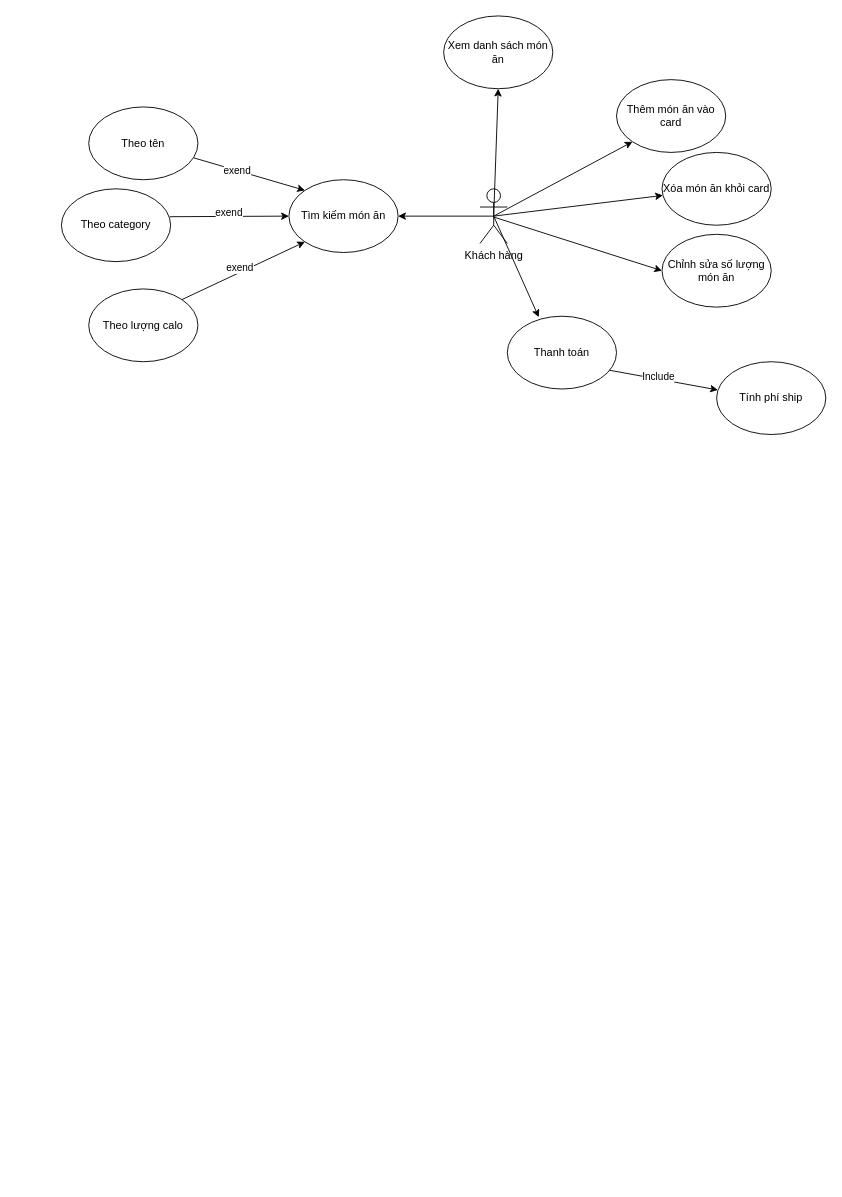
Above: Untitled Diagram.drawio in quyenthucdoan/Framwork (draw.io), before the change. Source tidied: cells renumbered, new cells numbered last; positions are measured from the earlier drawing's top-left corner, leaving out a move shared by most shapes. Both pictures are drawn from the tidied source at 91%, with x=0, y=0 at pixel (61, 15).
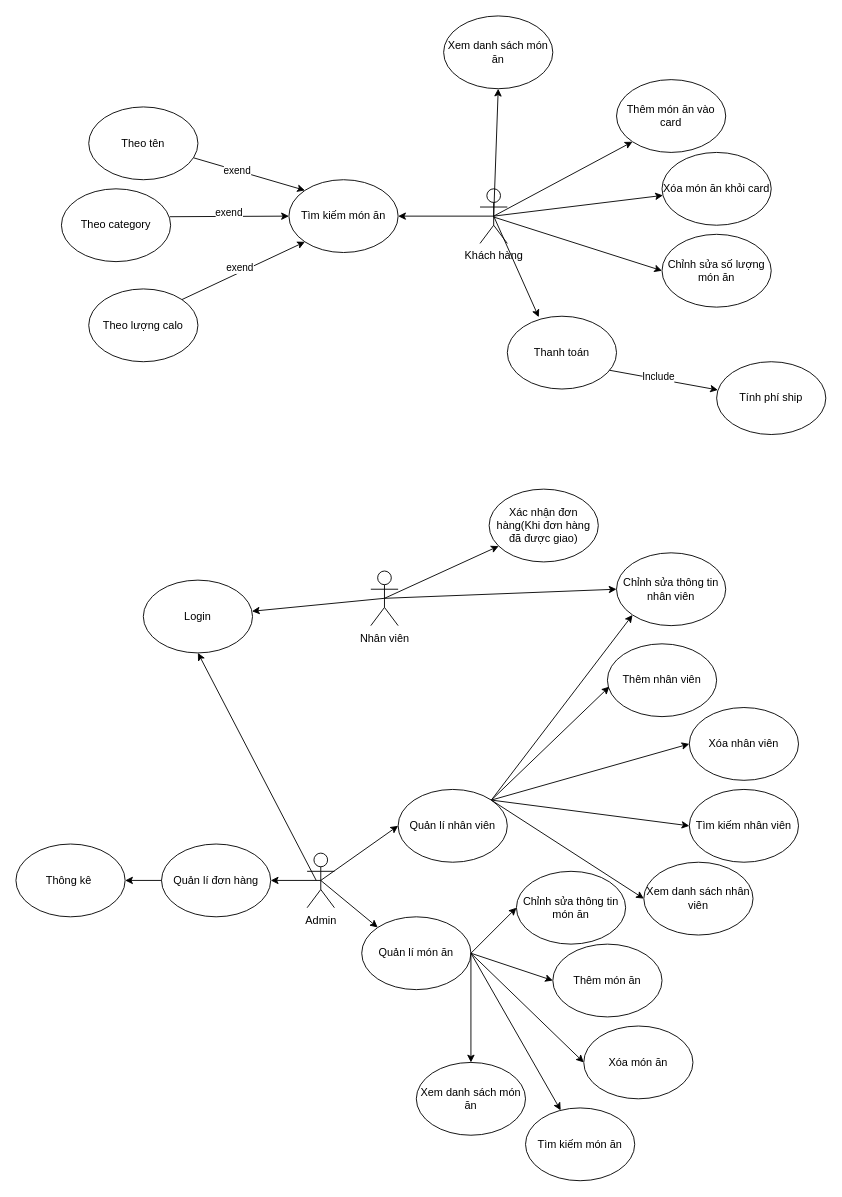
After the change.

What changed in the source:
```diff
@@
+    <mxCell id="27" value="Nhân viên" style="shape=umlActor;verticalLabelPosition=bottom;verticalAlign=top;html=1;outlineConnect=0;" parent="1" vertex="1">
+      <mxGeometry x="340" y="610" width="30" height="60" as="geometry" />
+    </mxCell>
+    <mxCell id="28" value="Login" style="ellipse;whiteSpace=wrap;html=1;" parent="1" vertex="1">
+      <mxGeometry x="90" y="620" width="120" height="80" as="geometry" />
+    </mxCell>
+    <mxCell id="29" value="Xác nhận đơn hàng(Khi đơn hàng đã được giao)" style="ellipse;whiteSpace=wrap;html=1;" parent="1" vertex="1">
+      <mxGeometry x="470" y="520" width="120" height="80" as="geometry" />
+    </mxCell>
+    <mxCell id="30" value="Admin" style="shape=umlActor;verticalLabelPosition=bottom;verticalAlign=top;html=1;outlineConnect=0;" parent="1" vertex="1">
+      <mxGeometry x="270" y="920" width="30" height="60" as="geometry" />
+    </mxCell>
+    <mxCell id="31" value="Thêm nhân viên" style="ellipse;whiteSpace=wrap;html=1;" parent="1" vertex="1">
+      <mxGeometry x="600" y="690" width="120" height="80" as="geometry" />
+    </mxCell>
+    <mxCell id="32" value="Chỉnh sửa thông tin nhân viên" style="ellipse;whiteSpace=wrap;html=1;" parent="1" vertex="1">
+      <mxGeometry x="610" y="590" width="120" height="80" as="geometry" />
+    </mxCell>
+    <mxCell id="33" value="Xóa nhân viên" style="ellipse;whiteSpace=wrap;html=1;" parent="1" vertex="1">
+      <mxGeometry x="690" y="760" width="120" height="80" as="geometry" />
+    </mxCell>
+    <mxCell id="34" value="Tìm kiếm nhân viên" style="ellipse;whiteSpace=wrap;html=1;" parent="1" vertex="1">
+      <mxGeometry x="690" y="850" width="120" height="80" as="geometry" />
+    </mxCell>
+    <mxCell id="35" style="endArrow=classic;html=1;exitX=0.5;exitY=0.5;exitDx=0;exitDy=0;exitPerimeter=0;" parent="1" edge="1" source="27" target="28">
+      <mxGeometry relative="1" as="geometry" />
+    </mxCell>
+    <mxCell id="36" style="endArrow=classic;html=1;exitX=0.5;exitY=0.5;exitDx=0;exitDy=0;exitPerimeter=0;" parent="1" edge="1" source="27" target="29">
+      <mxGeometry relative="1" as="geometry" />
+    </mxCell>
+    <mxCell id="37" style="endArrow=classic;html=1;exitX=0.5;exitY=0.5;exitDx=0;exitDy=0;exitPerimeter=0;entryX=0;entryY=0.5;entryDx=0;entryDy=0;" parent="1" edge="1" source="27" target="32">
+      <mxGeometry relative="1" as="geometry" />
+    </mxCell>
+    <mxCell id="38" style="endArrow=classic;html=1;exitX=1;exitY=0;exitDx=0;exitDy=0;entryX=0;entryY=1;entryDx=0;entryDy=0;" parent="1" edge="1" source="41" target="32">
+      <mxGeometry relative="1" as="geometry" />
+    </mxCell>
+    <mxCell id="39" style="endArrow=classic;html=1;entryX=0.018;entryY=0.588;entryDx=0;entryDy=0;entryPerimeter=0;exitX=1;exitY=0;exitDx=0;exitDy=0;" parent="1" edge="1" source="41" target="31">
+      <mxGeometry relative="1" as="geometry" />
+    </mxCell>
+    <mxCell id="40" style="endArrow=classic;html=1;exitX=1;exitY=0;exitDx=0;exitDy=0;entryX=0;entryY=0.5;entryDx=0;entryDy=0;" parent="1" edge="1" source="41" target="33">
+      <mxGeometry relative="1" as="geometry" />
+    </mxCell>
+    <mxCell id="41" value="Quản lí nhân viên" style="ellipse;whiteSpace=wrap;html=1;" parent="1" vertex="1">
+      <mxGeometry x="370" y="850" width="120" height="80" as="geometry" />
+    </mxCell>
+    <mxCell id="42" value="Quản lí đơn hàng" style="ellipse;whiteSpace=wrap;html=1;" parent="1" vertex="1">
+      <mxGeometry x="110" y="910" width="120" height="80" as="geometry" />
+    </mxCell>
+    <mxCell id="43" value="Xem danh sách nhân viên" style="ellipse;whiteSpace=wrap;html=1;" parent="1" vertex="1">
+      <mxGeometry x="640" y="930" width="120" height="80" as="geometry" />
+    </mxCell>
+    <mxCell id="44" style="endArrow=classic;html=1;exitX=1;exitY=0;exitDx=0;exitDy=0;entryX=0;entryY=0.5;entryDx=0;entryDy=0;" parent="1" edge="1" source="41" target="43">
+      <mxGeometry relative="1" as="geometry" />
+    </mxCell>
+    <mxCell id="45" value="Thêm món ăn" style="ellipse;whiteSpace=wrap;html=1;" parent="1" vertex="1">
+      <mxGeometry x="540" y="1020" width="120" height="80" as="geometry" />
+    </mxCell>
+    <mxCell id="46" value="Chỉnh sửa thông tin món ăn" style="ellipse;whiteSpace=wrap;html=1;" parent="1" vertex="1">
+      <mxGeometry x="500" y="940" width="120" height="80" as="geometry" />
+    </mxCell>
+    <mxCell id="47" value="Xóa món ăn" style="ellipse;whiteSpace=wrap;html=1;" parent="1" vertex="1">
+      <mxGeometry x="574" y="1110" width="120" height="80" as="geometry" />
+    </mxCell>
+    <mxCell id="48" value="Quản lí món ăn" style="ellipse;whiteSpace=wrap;html=1;" parent="1" vertex="1">
+      <mxGeometry x="330" y="990" width="120" height="80" as="geometry" />
+    </mxCell>
+    <mxCell id="49" style="endArrow=classic;html=1;exitX=1;exitY=0.5;exitDx=0;exitDy=0;entryX=0;entryY=0.5;entryDx=0;entryDy=0;" parent="1" edge="1" source="48" target="46">
+      <mxGeometry relative="1" as="geometry" />
+    </mxCell>
+    <mxCell id="50" style="endArrow=classic;html=1;entryX=0;entryY=0.5;entryDx=0;entryDy=0;exitX=1;exitY=0.5;exitDx=0;exitDy=0;" parent="1" edge="1" source="48" target="45">
+      <mxGeometry relative="1" as="geometry" />
+    </mxCell>
+    <mxCell id="51" style="endArrow=classic;html=1;exitX=1;exitY=0.5;exitDx=0;exitDy=0;entryX=0;entryY=0.5;entryDx=0;entryDy=0;" parent="1" edge="1" source="48" target="47">
+      <mxGeometry relative="1" as="geometry" />
+    </mxCell>
+    <mxCell id="52" style="endArrow=classic;html=1;exitX=1;exitY=0.5;exitDx=0;exitDy=0;entryX=0.5;entryY=0;entryDx=0;entryDy=0;" parent="1" edge="1" source="48" target="54">
+      <mxGeometry relative="1" as="geometry" />
+    </mxCell>
+    <mxCell id="53" value="Tìm kiếm món ăn" style="ellipse;whiteSpace=wrap;html=1;" parent="1" vertex="1">
+      <mxGeometry x="510" y="1200" width="120" height="80" as="geometry" />
+    </mxCell>
+    <mxCell id="54" value="Xem danh sách món ăn" style="ellipse;whiteSpace=wrap;html=1;" parent="1" vertex="1">
+      <mxGeometry x="390" y="1150" width="120" height="80" as="geometry" />
+    </mxCell>
+    <mxCell id="55" style="endArrow=classic;html=1;exitX=1;exitY=0.5;exitDx=0;exitDy=0;" parent="1" edge="1" source="48" target="53">
+      <mxGeometry relative="1" as="geometry" />
+    </mxCell>
+    <mxCell id="56" value="Thông kê&amp;nbsp;" style="ellipse;whiteSpace=wrap;html=1;" parent="1" vertex="1">
+      <mxGeometry x="-50" y="910" width="120" height="80" as="geometry" />
+    </mxCell>
+    <mxCell id="57" style="endArrow=classic;html=1;exitX=0.5;exitY=0.5;exitDx=0;exitDy=0;exitPerimeter=0;" parent="1" edge="1" source="30" target="42">
+      <mxGeometry relative="1" as="geometry" />
+    </mxCell>
+    <mxCell id="58" style="endArrow=classic;html=1;" parent="1" edge="1" source="42" target="56">
+      <mxGeometry relative="1" as="geometry" />
+    </mxCell>
+    <mxCell id="59" style="endArrow=classic;html=1;exitX=1;exitY=0;exitDx=0;exitDy=0;entryX=0;entryY=0.5;entryDx=0;entryDy=0;" parent="1" edge="1" source="41" target="34">
+      <mxGeometry relative="1" as="geometry" />
+    </mxCell>
+    <mxCell id="60" style="endArrow=classic;html=1;exitX=0.5;exitY=0.5;exitDx=0;exitDy=0;exitPerimeter=0;entryX=0;entryY=0.5;entryDx=0;entryDy=0;" parent="1" edge="1" source="30" target="41">
+      <mxGeometry relative="1" as="geometry" />
+    </mxCell>
+    <mxCell id="61" style="endArrow=classic;html=1;exitX=0.5;exitY=0.5;exitDx=0;exitDy=0;exitPerimeter=0;entryX=0;entryY=0;entryDx=0;entryDy=0;" parent="1" edge="1" source="30" target="48">
+      <mxGeometry relative="1" as="geometry" />
+    </mxCell>
+    <mxCell id="62" style="endArrow=classic;html=1;entryX=0.5;entryY=1;entryDx=0;entryDy=0;" parent="1" edge="1" target="28">
+      <mxGeometry relative="1" as="geometry">
+        <mxPoint x="280" y="950" as="sourcePoint" />
+      </mxGeometry>
+    </mxCell>
```
